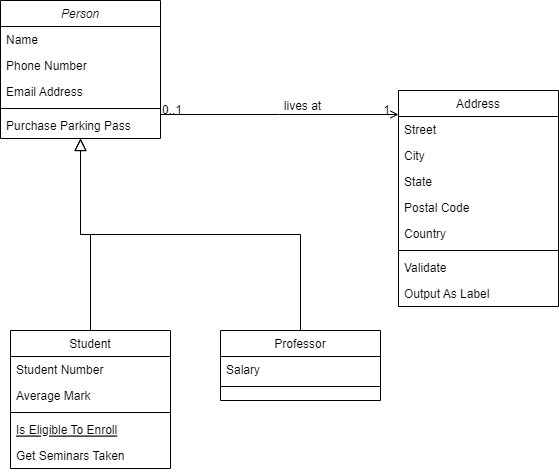
Before: raildog.drawio.png, a diagram exported from draw.io (officialHaze/raildog_api). Source tidied: cells renumbered, new cells last; positions are measured from the earlier drawing's top-left corner, leaving out a move shared by most shapes.
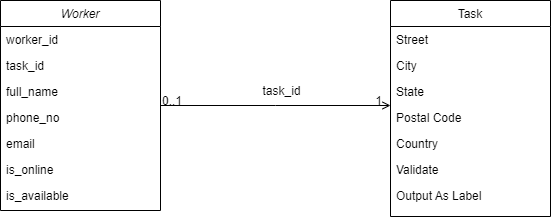
The same file after the commit.

What changed in the source:
```diff
@@ -2,59 +2,32 @@
   <root>
     <mxCell id="0" />
     <mxCell id="1" parent="0" />
-    <mxCell id="2" value="Person" style="swimlane;fontStyle=2;align=center;verticalAlign=top;horizontal=1;startSize=26;rounded=0;shadow=0;strokeWidth=1;" parent="1" vertex="1">
-      <mxGeometry width="160" height="138" as="geometry" />
+    <mxCell id="2" value="Worker" style="swimlane;fontStyle=2;align=center;verticalAlign=top;horizontal=1;startSize=26;rounded=0;shadow=0;strokeWidth=1;" parent="1" vertex="1">
+      <mxGeometry width="160" height="210" as="geometry" />
     </mxCell>
+    <mxCell id="32" value="worker_id" style="text;align=left;verticalAlign=top;spacingLeft=4;spacingRight=4;overflow=hidden;rounded=0;shadow=0;html=0;" parent="2" vertex="1">
+      <mxGeometry y="26" width="160" height="26" as="geometry" />
+    </mxCell>
+    <mxCell id="33" value="task_id" style="text;align=left;verticalAlign=top;spacingLeft=4;spacingRight=4;overflow=hidden;rounded=0;shadow=0;html=0;" parent="2" vertex="1">
+      <mxGeometry y="52" width="160" height="26" as="geometry" />
+    </mxCell>
-    <mxCell id="3" value="Name" style="text;align=left;verticalAlign=top;spacingLeft=4;spacingRight=4;overflow=hidden;" parent="2" vertex="1">
-      <mxGeometry y="26" width="160" height="26" as="geometry" />
+    <mxCell id="3" value="full_name" style="text;align=left;verticalAlign=top;spacingLeft=4;spacingRight=4;overflow=hidden;" parent="2" vertex="1">
+      <mxGeometry y="78" width="160" height="26" as="geometry" />
     </mxCell>
-    <mxCell id="4" value="Phone Number" style="text;align=left;verticalAlign=top;spacingLeft=4;spacingRight=4;overflow=hidden;rounded=0;shadow=0;html=0;" parent="2" vertex="1">
-      <mxGeometry y="52" width="160" height="26" as="geometry" />
+    <mxCell id="4" value="phone_no" style="text;align=left;verticalAlign=top;spacingLeft=4;spacingRight=4;overflow=hidden;rounded=0;shadow=0;html=0;" parent="2" vertex="1">
+      <mxGeometry y="104" width="160" height="26" as="geometry" />
     </mxCell>
-    <mxCell id="5" value="Email Address" style="text;align=left;verticalAlign=top;spacingLeft=4;spacingRight=4;overflow=hidden;rounded=0;shadow=0;html=0;" parent="2" vertex="1">
-      <mxGeometry y="78" width="160" height="26" as="geometry" />
+    <mxCell id="5" value="email" style="text;align=left;verticalAlign=top;spacingLeft=4;spacingRight=4;overflow=hidden;rounded=0;shadow=0;html=0;" parent="2" vertex="1">
+      <mxGeometry y="130" width="160" height="26" as="geometry" />
     </mxCell>
-    <mxCell id="6" style="line;html=1;strokeWidth=1;align=left;verticalAlign=middle;spacingTop=-1;spacingLeft=3;spacingRight=3;labelPosition=right;" parent="2" vertex="1">
-      <mxGeometry y="104" width="160" height="8" as="geometry" />
-    </mxCell>
-    <mxCell id="7" value="Purchase Parking Pass" style="text;align=left;verticalAlign=top;spacingLeft=4;spacingRight=4;overflow=hidden;" parent="2" vertex="1">
-      <mxGeometry y="112" width="160" height="26" as="geometry" />
-    </mxCell>
-    <mxCell id="8" value="Student" style="swimlane;fontStyle=0;align=center;verticalAlign=top;horizontal=1;startSize=26;rounded=0;shadow=0;strokeWidth=1;" parent="1" vertex="1">
-      <mxGeometry x="10" y="330" width="160" height="138" as="geometry" />
-    </mxCell>
-    <mxCell id="9" value="Student Number" style="text;align=left;verticalAlign=top;spacingLeft=4;spacingRight=4;overflow=hidden;" parent="8" vertex="1">
-      <mxGeometry y="26" width="160" height="26" as="geometry" />
-    </mxCell>
-    <mxCell id="10" value="Average Mark" style="text;align=left;verticalAlign=top;spacingLeft=4;spacingRight=4;overflow=hidden;rounded=0;shadow=0;html=0;" parent="8" vertex="1">
-      <mxGeometry y="52" width="160" height="26" as="geometry" />
-    </mxCell>
-    <mxCell id="11" style="line;html=1;strokeWidth=1;align=left;verticalAlign=middle;spacingTop=-1;spacingLeft=3;spacingRight=3;labelPosition=right;" parent="8" vertex="1">
-      <mxGeometry y="78" width="160" height="8" as="geometry" />
-    </mxCell>
-    <mxCell id="12" value="Is Eligible To Enroll" style="text;align=left;verticalAlign=top;spacingLeft=4;spacingRight=4;overflow=hidden;fontStyle=4;" parent="8" vertex="1">
-      <mxGeometry y="86" width="160" height="26" as="geometry" />
-    </mxCell>
-    <mxCell id="13" value="Get Seminars Taken" style="text;align=left;verticalAlign=top;spacingLeft=4;spacingRight=4;overflow=hidden;" parent="8" vertex="1">
-      <mxGeometry y="112" width="160" height="26" as="geometry" />
-    </mxCell>
-    <mxCell id="14" style="endArrow=block;endSize=10;endFill=0;shadow=0;strokeWidth=1;rounded=0;edgeStyle=elbowEdgeStyle;elbow=vertical;" parent="1" edge="1" source="8" target="2">
-      <mxGeometry relative="1" as="geometry" />
-    </mxCell>
-    <mxCell id="15" value="Professor" style="swimlane;fontStyle=0;align=center;verticalAlign=top;horizontal=1;startSize=26;rounded=0;shadow=0;strokeWidth=1;" parent="1" vertex="1">
-      <mxGeometry x="220" y="330" width="160" height="70" as="geometry" />
-    </mxCell>
-    <mxCell id="16" value="Salary" style="text;align=left;verticalAlign=top;spacingLeft=4;spacingRight=4;overflow=hidden;" parent="15" vertex="1">
-      <mxGeometry y="26" width="160" height="26" as="geometry" />
-    </mxCell>
-    <mxCell id="17" style="line;html=1;strokeWidth=1;align=left;verticalAlign=middle;spacingTop=-1;spacingLeft=3;spacingRight=3;labelPosition=right;" parent="15" vertex="1">
-      <mxGeometry y="52" width="160" height="8" as="geometry" />
-    </mxCell>
-    <mxCell id="18" style="endArrow=block;endSize=10;endFill=0;shadow=0;strokeWidth=1;rounded=0;edgeStyle=elbowEdgeStyle;elbow=vertical;" parent="1" edge="1" source="15" target="2">
-      <mxGeometry relative="1" as="geometry" />
-    </mxCell>
+    <mxCell id="34" value="is_online" style="text;align=left;verticalAlign=top;spacingLeft=4;spacingRight=4;overflow=hidden;rounded=0;shadow=0;html=0;" parent="2" vertex="1">
+      <mxGeometry y="156" width="160" height="26" as="geometry" />
+    </mxCell>
+    <mxCell id="35" value="is_available" style="text;align=left;verticalAlign=top;spacingLeft=4;spacingRight=4;overflow=hidden;rounded=0;shadow=0;html=0;" parent="2" vertex="1">
+      <mxGeometry y="182" width="160" height="24" as="geometry" />
+    </mxCell>
-    <mxCell id="19" value="Address" style="swimlane;fontStyle=0;align=center;verticalAlign=top;horizontal=1;startSize=26;rounded=0;shadow=0;strokeWidth=1;" parent="1" vertex="1">
-      <mxGeometry x="398" y="90" width="160" height="216" as="geometry" />
+    <mxCell id="19" value="Task" style="swimlane;fontStyle=0;align=center;verticalAlign=top;horizontal=1;startSize=26;rounded=0;shadow=0;strokeWidth=1;" parent="1" vertex="1">
+      <mxGeometry x="390" width="160" height="216" as="geometry" />
     </mxCell>
     <mxCell id="20" value="Street" style="text;align=left;verticalAlign=top;spacingLeft=4;spacingRight=4;overflow=hidden;" parent="19" vertex="1">
       <mxGeometry y="26" width="160" height="26" as="geometry" />
@@ -71,14 +44,11 @@
     <mxCell id="24" value="Country" style="text;align=left;verticalAlign=top;spacingLeft=4;spacingRight=4;overflow=hidden;rounded=0;shadow=0;html=0;" parent="19" vertex="1">
       <mxGeometry y="130" width="160" height="26" as="geometry" />
     </mxCell>
-    <mxCell id="25" style="line;html=1;strokeWidth=1;align=left;verticalAlign=middle;spacingTop=-1;spacingLeft=3;spacingRight=3;labelPosition=right;" parent="19" vertex="1">
-      <mxGeometry y="156" width="160" height="8" as="geometry" />
-    </mxCell>
     <mxCell id="26" value="Validate" style="text;align=left;verticalAlign=top;spacingLeft=4;spacingRight=4;overflow=hidden;" parent="19" vertex="1">
-      <mxGeometry y="164" width="160" height="26" as="geometry" />
+      <mxGeometry y="156" width="160" height="26" as="geometry" />
     </mxCell>
     <mxCell id="27" value="Output As Label" style="text;align=left;verticalAlign=top;spacingLeft=4;spacingRight=4;overflow=hidden;" parent="19" vertex="1">
-      <mxGeometry y="190" width="160" height="26" as="geometry" />
+      <mxGeometry y="182" width="160" height="26" as="geometry" />
     </mxCell>
     <mxCell id="28" style="endArrow=open;shadow=0;strokeWidth=1;rounded=0;endFill=1;edgeStyle=elbowEdgeStyle;elbow=vertical;" parent="1" edge="1" source="2" target="19">
       <mxGeometry x="0.5" y="41" relative="1" as="geometry">
@@ -95,9 +65,9 @@
         <mxPoint x="-7" y="4" as="offset" />
       </mxGeometry>
     </mxCell>
-    <mxCell id="31" value="lives at" style="text;html=1;align=center;verticalAlign=middle;labelBackgroundColor=none;rounded=0;shadow=0;strokeWidth=1;fontSize=12;" parent="28" vertex="1">
+    <mxCell id="31" value="task_id" style="text;html=1;align=center;verticalAlign=middle;labelBackgroundColor=none;rounded=0;shadow=0;strokeWidth=1;fontSize=12;" parent="28" vertex="1">
       <mxGeometry x="0.5" y="49" relative="1" as="geometry">
-        <mxPoint x="-38" y="40" as="offset" />
+        <mxPoint x="-53" y="34" as="offset" />
       </mxGeometry>
     </mxCell>
   </root>
```
